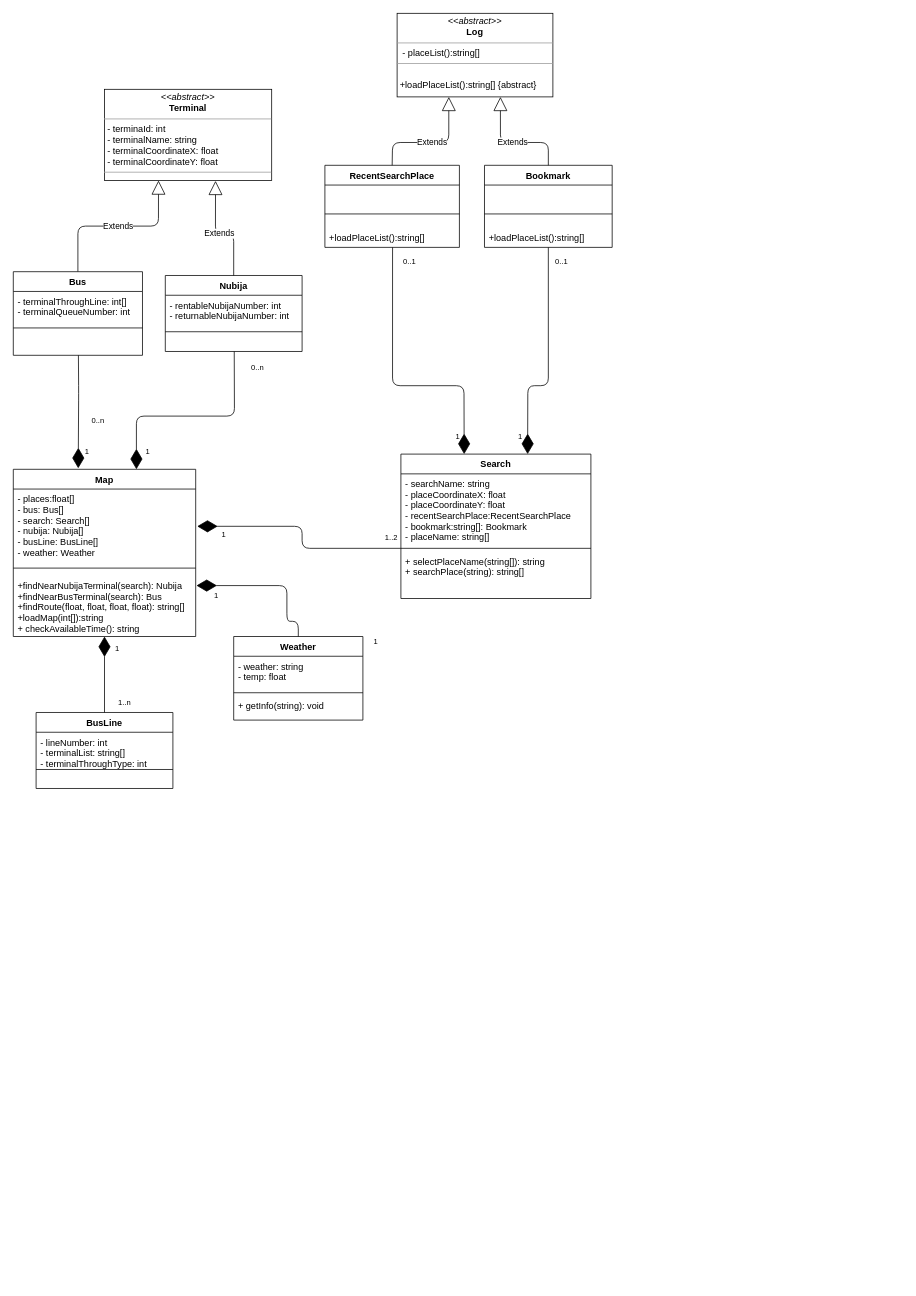
This is 2nd_homework/class_diagram/class_diagram.drawio from chisacam/CWNU19SE_2B, a draw.io file, before an edit. Source tidied: cells renumbered, new cells numbered last; positions are measured from the earlier drawing's top-left corner, leaving out a move shared by most shapes. Both pictures are drawn from the tidied source at 76%, with x=0, y=0 at pixel (13, 13).
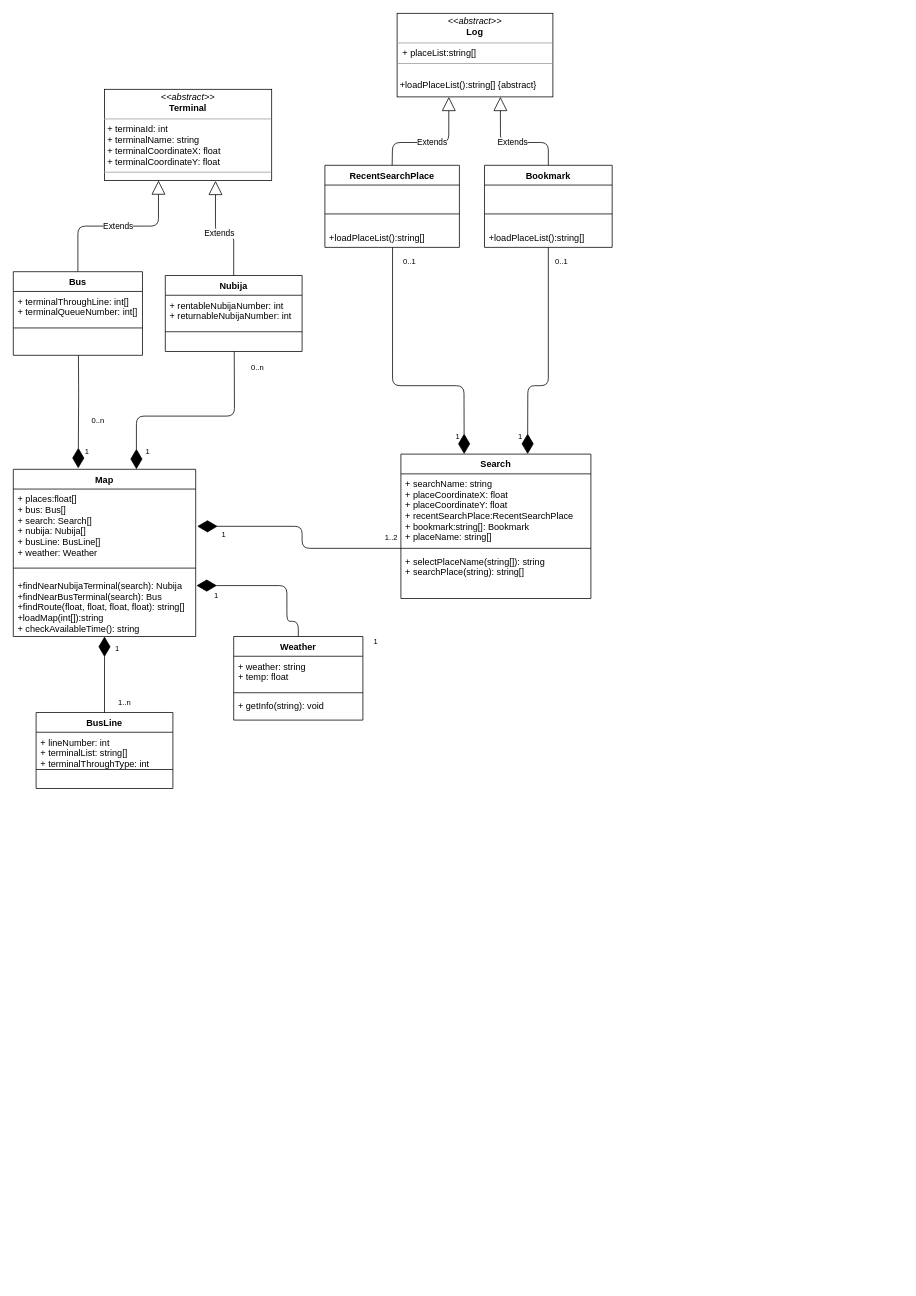
Above is the later version.

The change refers to these unchanged cells:
```xml
<mxCell id="2" value="Weather" style="swimlane;fontStyle=1;align=center;verticalAlign=top;horizontal=1;startSize=26;" parent="1" vertex="1">
  <mxGeometry x="290" y="820" width="170" height="110" as="geometry" />
</mxCell>
<mxCell id="6" value="Nubija" style="swimlane;fontStyle=1;align=center;verticalAlign=top;horizontal=1;startSize=26;" parent="1" vertex="1">
  <mxGeometry x="200" y="345" width="180" height="100" as="geometry" />
</mxCell>
<mxCell id="10" value="Search" style="swimlane;fontStyle=1;align=center;verticalAlign=top;horizontal=1;startSize=26;" parent="1" vertex="1">
  <mxGeometry x="510" y="580" width="250" height="190" as="geometry" />
</mxCell>
<mxCell id="24" value="Bus" style="swimlane;fontStyle=1;align=center;verticalAlign=top;horizontal=1;startSize=26;" parent="1" vertex="1">
  <mxGeometry y="340" width="170" height="110" as="geometry" />
</mxCell>
<mxCell id="30" value="BusLine" style="swimlane;fontStyle=1;align=center;verticalAlign=top;horizontal=1;startSize=26;" parent="1" vertex="1">
  <mxGeometry x="30" y="920" width="180" height="100" as="geometry" />
</mxCell>
<mxCell id="34" value="Map" style="swimlane;fontStyle=1;align=center;verticalAlign=top;horizontal=1;startSize=26;" parent="1" vertex="1">
  <mxGeometry y="600" width="240" height="220" as="geometry" />
</mxCell>
```

Change to the diagram source:
```diff
@@
-    <mxCell id="3" value="- weather: string&#10;- temp: float&#10;&#10;&#10;" style="text;strokeColor=none;fillColor=none;align=left;verticalAlign=top;spacingLeft=4;spacingRight=4;overflow=hidden;" parent="2" vertex="1">
+    <mxCell id="3" value="+ weather: string&#10;+ temp: float&#10;&#10;&#10;" style="text;strokeColor=none;fillColor=none;align=left;verticalAlign=top;spacingLeft=4;spacingRight=4;overflow=hidden;" parent="2" vertex="1">
       <mxGeometry y="26" width="170" height="44" as="geometry" />
     </mxCell>
@@
-    <mxCell id="7" value="- rentableNubijaNumber: int&#10;- returnableNubijaNumber: int" style="text;strokeColor=none;fillColor=none;align=left;verticalAlign=top;spacingLeft=4;spacingRight=4;overflow=hidden;" parent="6" vertex="1">
+    <mxCell id="7" value="+ rentableNubijaNumber: int&#10;+ returnableNubijaNumber: int" style="text;strokeColor=none;fillColor=none;align=left;verticalAlign=top;spacingLeft=4;spacingRight=4;overflow=hidden;" parent="6" vertex="1">
       <mxGeometry y="26" width="180" height="44" as="geometry" />
     </mxCell>
@@
-    <mxCell id="11" value="- searchName: string&#10;- placeCoordinateX: float&#10;- placeCoordinateY: float&#10;- recentSearchPlace:RecentSearchPlace&#10;- bookmark:string[]: Bookmark&#10;- placeName: string[]" style="text;strokeColor=none;fillColor=none;align=left;verticalAlign=top;spacingLeft=4;spacingRight=4;overflow=hidden;" parent="10" vertex="1">
+    <mxCell id="11" value="+ searchName: string&#10;+ placeCoordinateX: float&#10;+ placeCoordinateY: float&#10;+ recentSearchPlace:RecentSearchPlace&#10;+ bookmark:string[]: Bookmark&#10;+ placeName: string[]" style="text;strokeColor=none;fillColor=none;align=left;verticalAlign=top;spacingLeft=4;spacingRight=4;overflow=hidden;" parent="10" vertex="1">
       <mxGeometry y="26" width="250" height="94" as="geometry" />
     </mxCell>
@@
-    <mxCell id="25" value="- terminalThroughLine: int[]&#10;- terminalQueueNumber: int&#10;&#10;" style="text;strokeColor=none;fillColor=none;align=left;verticalAlign=top;spacingLeft=4;spacingRight=4;overflow=hidden;" parent="24" vertex="1">
+    <mxCell id="25" value="+ terminalThroughLine: int[]&#10;+ terminalQueueNumber: int[]&#10;&#10;" style="text;strokeColor=none;fillColor=none;align=left;verticalAlign=top;spacingLeft=4;spacingRight=4;overflow=hidden;" parent="24" vertex="1">
       <mxGeometry y="26" width="170" height="44" as="geometry" />
     </mxCell>
@@
-    <mxCell id="28" value="&lt;p style=&quot;margin: 0px ; margin-top: 4px ; text-align: center&quot;&gt;&lt;i&gt;&amp;lt;&amp;lt;abstract&amp;gt;&amp;gt;&lt;/i&gt;&lt;br&gt;&lt;b&gt;Terminal&lt;/b&gt;&lt;/p&gt;&lt;hr size=&quot;1&quot;&gt;&lt;p style=&quot;margin: 0px ; margin-left: 4px&quot;&gt;- terminaId: int&lt;br&gt;- terminalName: string&lt;br&gt;- terminalCoordinateX: float&lt;br&gt;- terminalCoordinateY: float&lt;/p&gt;&lt;hr size=&quot;1&quot;&gt;&lt;p style=&quot;margin: 0px ; margin-left: 4px&quot;&gt;&lt;br&gt;&lt;/p&gt;" style="verticalAlign=top;align=left;overflow=fill;fontSize=12;fontFamily=Helvetica;html=1;" parent="1" vertex="1">
+    <mxCell id="28" value="&lt;p style=&quot;margin: 0px ; margin-top: 4px ; text-align: center&quot;&gt;&lt;i&gt;&amp;lt;&amp;lt;abstract&amp;gt;&amp;gt;&lt;/i&gt;&lt;br&gt;&lt;b&gt;Terminal&lt;/b&gt;&lt;/p&gt;&lt;hr size=&quot;1&quot;&gt;&lt;p style=&quot;margin: 0px ; margin-left: 4px&quot;&gt;+ terminaId: int&lt;br&gt;+ terminalName: string&lt;br&gt;+ terminalCoordinateX: float&lt;br&gt;+ terminalCoordinateY: float&lt;/p&gt;&lt;hr size=&quot;1&quot;&gt;&lt;p style=&quot;margin: 0px ; margin-left: 4px&quot;&gt;&lt;br&gt;&lt;/p&gt;" style="verticalAlign=top;align=left;overflow=fill;fontSize=12;fontFamily=Helvetica;html=1;" parent="1" vertex="1">
       <mxGeometry x="120" y="100" width="220" height="120" as="geometry" />
     </mxCell>
-    <mxCell id="29" value="&lt;p style=&quot;margin: 0px ; margin-top: 4px ; text-align: center&quot;&gt;&lt;i&gt;&amp;lt;&amp;lt;abstract&amp;gt;&amp;gt;&lt;/i&gt;&lt;br&gt;&lt;b&gt;Log&lt;/b&gt;&lt;br&gt;&lt;/p&gt;&lt;hr size=&quot;1&quot;&gt;&lt;p style=&quot;margin: 0px ; margin-left: 4px&quot;&gt;&amp;nbsp;- placeList():string[]&lt;/p&gt;&lt;hr size=&quot;1&quot;&gt;&lt;p style=&quot;margin: 0px ; margin-left: 4px&quot;&gt;&lt;br&gt;+loadPlaceList():string[] {abstract}&lt;/p&gt;&lt;div&gt;&lt;br&gt;&lt;/div&gt;" style="verticalAlign=top;align=left;overflow=fill;fontSize=12;fontFamily=Helvetica;html=1;" parent="1" vertex="1">
+    <mxCell id="29" value="&lt;p style=&quot;margin: 0px ; margin-top: 4px ; text-align: center&quot;&gt;&lt;i&gt;&amp;lt;&amp;lt;abstract&amp;gt;&amp;gt;&lt;/i&gt;&lt;br&gt;&lt;b&gt;Log&lt;/b&gt;&lt;br&gt;&lt;/p&gt;&lt;hr size=&quot;1&quot;&gt;&lt;p style=&quot;margin: 0px ; margin-left: 4px&quot;&gt;&amp;nbsp;+ placeList:string[]&lt;/p&gt;&lt;hr size=&quot;1&quot;&gt;&lt;p style=&quot;margin: 0px ; margin-left: 4px&quot;&gt;&lt;br&gt;+loadPlaceList():string[] {abstract}&lt;/p&gt;&lt;div&gt;&lt;br&gt;&lt;/div&gt;" style="verticalAlign=top;align=left;overflow=fill;fontSize=12;fontFamily=Helvetica;html=1;" parent="1" vertex="1">
       <mxGeometry x="505" width="205" height="110" as="geometry" />
     </mxCell>
@@
-    <mxCell id="31" value="- lineNumber: int&#10;- terminalList: string[]&#10;- terminalThroughType: int" style="text;strokeColor=none;fillColor=none;align=left;verticalAlign=top;spacingLeft=4;spacingRight=4;overflow=hidden;" parent="30" vertex="1">
+    <mxCell id="31" value="+ lineNumber: int&#10;+ terminalList: string[]&#10;+ terminalThroughType: int" style="text;strokeColor=none;fillColor=none;align=left;verticalAlign=top;spacingLeft=4;spacingRight=4;overflow=hidden;" parent="30" vertex="1">
       <mxGeometry y="26" width="180" height="44" as="geometry" />
     </mxCell>
@@
-    <mxCell id="35" value="- places:float[]&#10;- bus: Bus[]&#10;- search: Search[]&#10;- nubija: Nubija[]&#10;- busLine: BusLine[]&#10;- weather: Weather" style="text;strokeColor=none;fillColor=none;align=left;verticalAlign=top;spacingLeft=4;spacingRight=4;overflow=hidden;" parent="34" vertex="1">
+    <mxCell id="35" value="+ places:float[]&#10;+ bus: Bus[]&#10;+ search: Search[]&#10;+ nubija: Nubija[]&#10;+ busLine: BusLine[]&#10;+ weather: Weather" style="text;strokeColor=none;fillColor=none;align=left;verticalAlign=top;spacingLeft=4;spacingRight=4;overflow=hidden;" parent="34" vertex="1">
       <mxGeometry y="26" width="240" height="94" as="geometry" />
     </mxCell>
```
